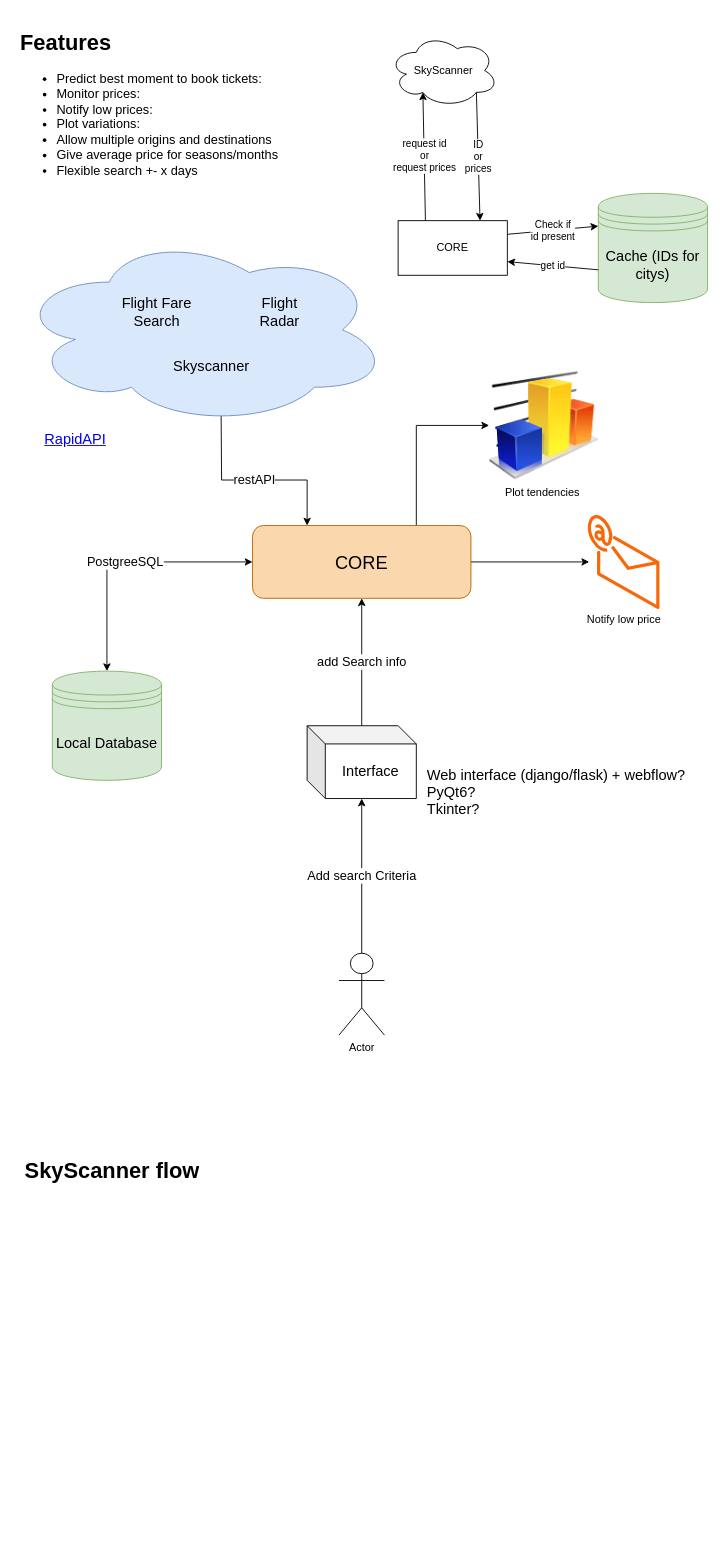
mSimon12/flying_cheap keeps this draw.io diagram as Architecture/Core.drawio. Above is the earlier version. Source tidied: cells renumbered, new cells numbered last; positions are measured from the earlier drawing's top-left corner, leaving out a move shared by most shapes. Both pictures are drawn from the tidied source at 91%, with x=0, y=0 at pixel (15, 25).
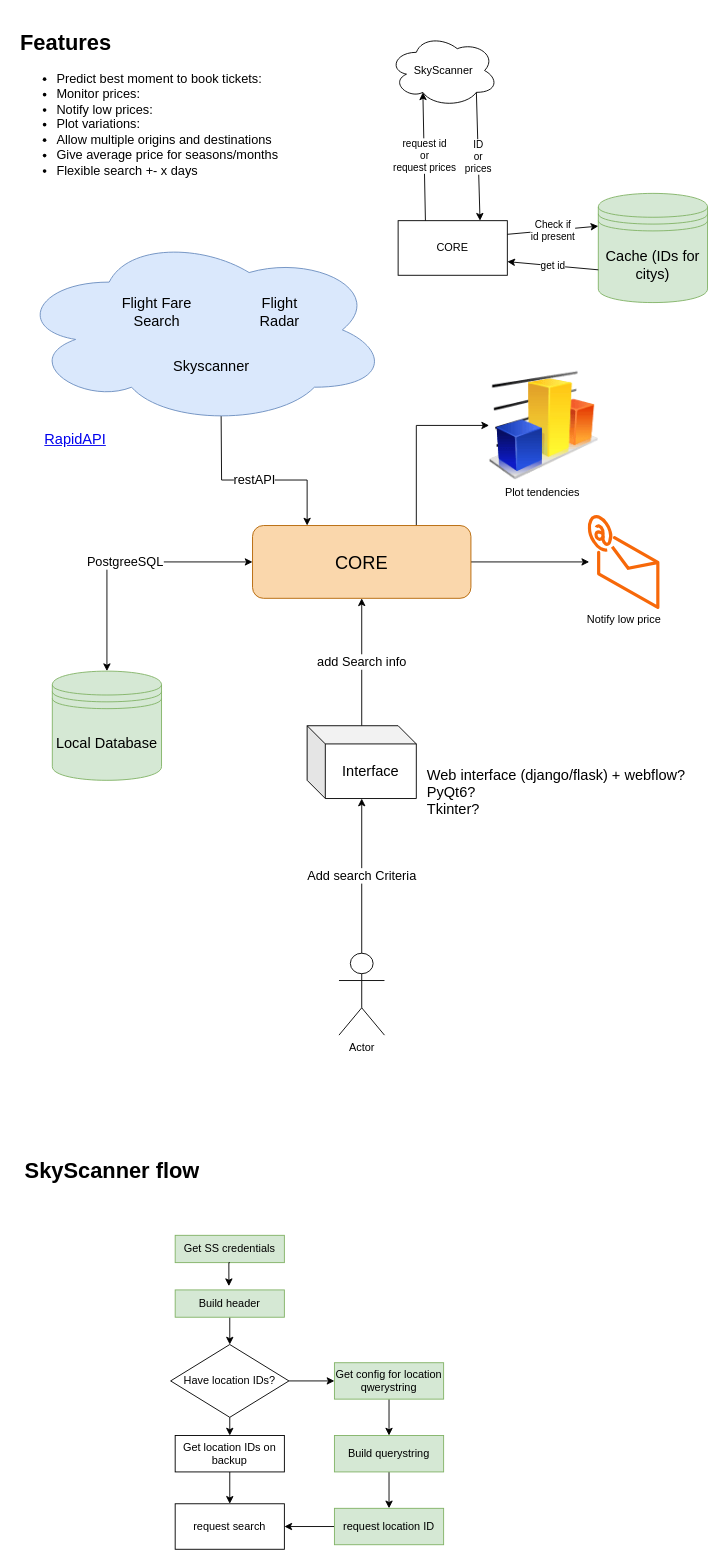
The same diagram, later.

Commit message:
SkyScanner flow

The edit, as a diff of the source:
```diff
@@
+    <mxCell id="30" value="Get SS credentials" style="rounded=0;whiteSpace=wrap;html=1;fillColor=#d5e8d4;strokeColor=#82b366;" parent="1" vertex="1">
+      <mxGeometry x="175" y="1330" width="120" height="30" as="geometry" />
+    </mxCell>
+    <mxCell id="31" style="edgeStyle=orthogonalEdgeStyle;rounded=0;jettySize=auto;html=1;exitX=0.5;exitY=1;exitDx=0;exitDy=0;entryX=0.5;entryY=0;entryDx=0;entryDy=0;" parent="1" edge="1" source="32" target="42">
+      <mxGeometry relative="1" as="geometry" />
+    </mxCell>
+    <mxCell id="32" value="Build header" style="rounded=0;whiteSpace=wrap;html=1;fillColor=#d5e8d4;strokeColor=#82b366;" parent="1" vertex="1">
+      <mxGeometry x="175" y="1390" width="120" height="30" as="geometry" />
+    </mxCell>
+    <mxCell id="33" style="edgeStyle=orthogonalEdgeStyle;rounded=0;jettySize=auto;html=1;exitX=0.5;exitY=1;exitDx=0;exitDy=0;entryX=0.5;entryY=0;entryDx=0;entryDy=0;" parent="1" edge="1" source="34" target="36">
+      <mxGeometry relative="1" as="geometry" />
+    </mxCell>
+    <mxCell id="34" value="Get config for location qwerystring" style="rounded=0;whiteSpace=wrap;html=1;fillColor=#d5e8d4;strokeColor=#82b366;" parent="1" vertex="1">
+      <mxGeometry x="350" y="1470" width="120" height="40" as="geometry" />
+    </mxCell>
+    <mxCell id="35" style="edgeStyle=orthogonalEdgeStyle;rounded=0;jettySize=auto;html=1;exitX=0.5;exitY=1;exitDx=0;exitDy=0;entryX=0.5;entryY=0;entryDx=0;entryDy=0;" parent="1" edge="1" source="36" target="38">
+      <mxGeometry relative="1" as="geometry" />
+    </mxCell>
+    <mxCell id="36" value="Build querystring" style="rounded=0;whiteSpace=wrap;html=1;fillColor=#d5e8d4;strokeColor=#82b366;" parent="1" vertex="1">
+      <mxGeometry x="350" y="1550" width="120" height="40" as="geometry" />
+    </mxCell>
+    <mxCell id="37" style="edgeStyle=orthogonalEdgeStyle;rounded=0;jettySize=auto;html=1;exitX=0;exitY=0.5;exitDx=0;exitDy=0;entryX=1;entryY=0.5;entryDx=0;entryDy=0;" parent="1" edge="1" source="38" target="39">
+      <mxGeometry relative="1" as="geometry" />
+    </mxCell>
+    <mxCell id="38" value="request location ID" style="rounded=0;whiteSpace=wrap;html=1;fillColor=#d5e8d4;strokeColor=#82b366;" parent="1" vertex="1">
+      <mxGeometry x="350" y="1630" width="120" height="40" as="geometry" />
+    </mxCell>
+    <mxCell id="39" value="request search" style="rounded=0;whiteSpace=wrap;html=1;" parent="1" vertex="1">
+      <mxGeometry x="175" y="1625" width="120" height="50" as="geometry" />
+    </mxCell>
+    <mxCell id="40" style="edgeStyle=orthogonalEdgeStyle;rounded=0;jettySize=auto;html=1;exitX=1;exitY=0.5;exitDx=0;exitDy=0;entryX=0;entryY=0.5;entryDx=0;entryDy=0;" parent="1" edge="1" source="42" target="34">
+      <mxGeometry relative="1" as="geometry" />
+    </mxCell>
+    <mxCell id="41" style="edgeStyle=orthogonalEdgeStyle;rounded=0;jettySize=auto;html=1;exitX=0.5;exitY=1;exitDx=0;exitDy=0;entryX=0.5;entryY=0;entryDx=0;entryDy=0;" parent="1" edge="1" source="42" target="45">
+      <mxGeometry relative="1" as="geometry" />
+    </mxCell>
+    <mxCell id="42" value="Have location IDs?" style="rhombus;whiteSpace=wrap;html=1;" parent="1" vertex="1">
+      <mxGeometry x="170" y="1450" width="130" height="80" as="geometry" />
+    </mxCell>
+    <mxCell id="43" style="edgeStyle=orthogonalEdgeStyle;rounded=0;jettySize=auto;html=1;exitX=0.5;exitY=1;exitDx=0;exitDy=0;entryX=0.492;entryY=-0.138;entryDx=0;entryDy=0;entryPerimeter=0;" parent="1" edge="1" source="30" target="32">
+      <mxGeometry relative="1" as="geometry" />
+    </mxCell>
+    <mxCell id="44" style="edgeStyle=orthogonalEdgeStyle;rounded=0;jettySize=auto;html=1;exitX=0.5;exitY=1;exitDx=0;exitDy=0;entryX=0.5;entryY=0;entryDx=0;entryDy=0;" parent="1" edge="1" source="45" target="39">
+      <mxGeometry relative="1" as="geometry" />
+    </mxCell>
+    <mxCell id="45" value="Get location IDs on backup" style="rounded=0;whiteSpace=wrap;html=1;" parent="1" vertex="1">
+      <mxGeometry x="175" y="1550" width="120" height="40" as="geometry" />
+    </mxCell>
```
